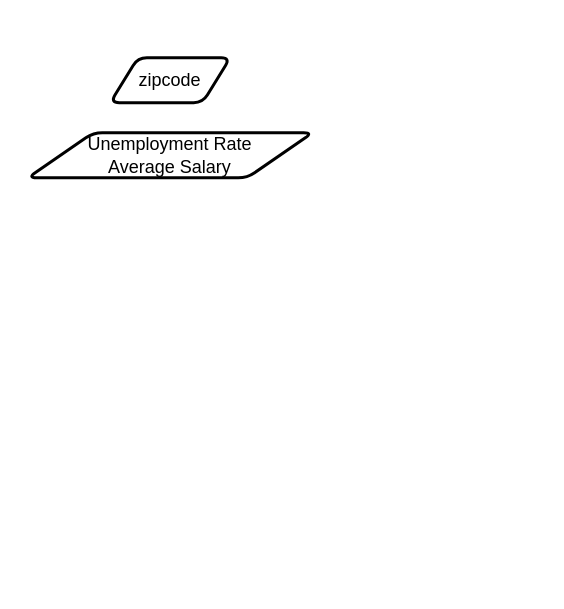
This is Untitled Diagram.drawio from githubmaniv/haven-ui, a draw.io file, before an edit. Source tidied: cells renumbered, new cells numbered last; positions are measured from the earlier drawing's top-left corner, leaving out a move shared by most shapes. Both pictures are drawn from the tidied source at 150%, with x=0, y=0 at pixel (27, 57).
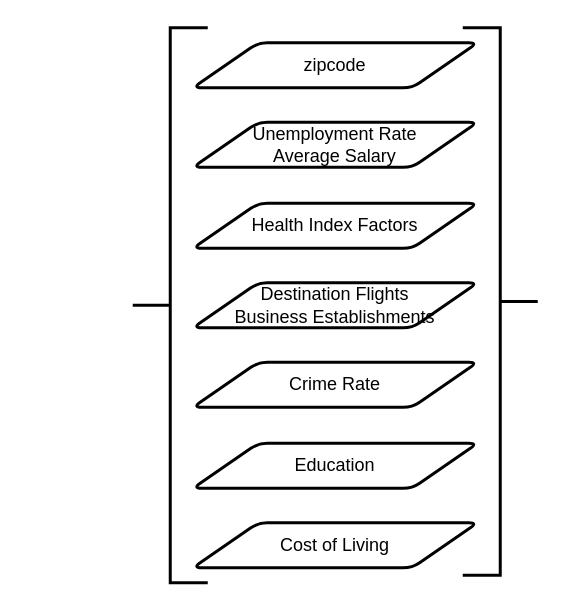
The same page after the edit.

What changed in the source:
```diff
@@
 <mxGraphModel>
   <root>
     <mxCell id="0" />
     <mxCell id="1" parent="0" />
     <mxCell id="2" value="zipcode" style="shape=parallelogram;html=1;strokeWidth=2;perimeter=parallelogramPerimeter;whiteSpace=wrap;rounded=1;arcSize=12;size=0.23;" parent="1" vertex="1">
-      <mxGeometry x="55" width="80" height="30" as="geometry" />
+      <mxGeometry x="110" y="-10" width="190" height="30" as="geometry" />
     </mxCell>
     <mxCell id="3" value="&lt;span&gt;Unemployment Rate&lt;/span&gt;&lt;br&gt;&lt;span&gt;Average Salary&lt;/span&gt;" style="shape=parallelogram;html=1;strokeWidth=2;perimeter=parallelogramPerimeter;whiteSpace=wrap;rounded=1;arcSize=12;size=0.23;" parent="1" vertex="1">
-      <mxGeometry y="50" width="190" height="30" as="geometry" />
+      <mxGeometry x="110" y="43" width="190" height="30" as="geometry" />
     </mxCell>
+    <mxCell id="4" value="Destination Flights&lt;br&gt;Business Establishments" style="shape=parallelogram;html=1;strokeWidth=2;perimeter=parallelogramPerimeter;whiteSpace=wrap;rounded=1;arcSize=12;size=0.23;" parent="1" vertex="1">
+      <mxGeometry x="110" y="150" width="190" height="30" as="geometry" />
+    </mxCell>
+    <mxCell id="5" value="Health Index Factors" style="shape=parallelogram;html=1;strokeWidth=2;perimeter=parallelogramPerimeter;whiteSpace=wrap;rounded=1;arcSize=12;size=0.23;" parent="1" vertex="1">
+      <mxGeometry x="110" y="97" width="190" height="30" as="geometry" />
+    </mxCell>
+    <mxCell id="6" value="Crime Rate" style="shape=parallelogram;html=1;strokeWidth=2;perimeter=parallelogramPerimeter;whiteSpace=wrap;rounded=1;arcSize=12;size=0.23;" parent="1" vertex="1">
+      <mxGeometry x="110" y="203" width="190" height="30" as="geometry" />
+    </mxCell>
+    <mxCell id="7" value="Education" style="shape=parallelogram;html=1;strokeWidth=2;perimeter=parallelogramPerimeter;whiteSpace=wrap;rounded=1;arcSize=12;size=0.23;" parent="1" vertex="1">
+      <mxGeometry x="110" y="257" width="190" height="30" as="geometry" />
+    </mxCell>
+    <mxCell id="8" value="Cost of Living" style="shape=parallelogram;html=1;strokeWidth=2;perimeter=parallelogramPerimeter;whiteSpace=wrap;rounded=1;arcSize=12;size=0.23;" parent="1" vertex="1">
+      <mxGeometry x="110" y="310" width="190" height="30" as="geometry" />
+    </mxCell>
+    <mxCell id="9" style="strokeWidth=2;html=1;shape=mxgraph.flowchart.annotation_2;align=left;labelPosition=right;" parent="1" vertex="1">
+      <mxGeometry x="70" y="-20" width="50" height="370" as="geometry" />
+    </mxCell>
+    <mxCell id="10" style="strokeWidth=2;html=1;shape=mxgraph.flowchart.annotation_2;align=left;labelPosition=right;rotation=-180;" parent="1" vertex="1">
+      <mxGeometry x="290" y="-20" width="50" height="365" as="geometry" />
+    </mxCell>
   </root>
 </mxGraphModel>
```
